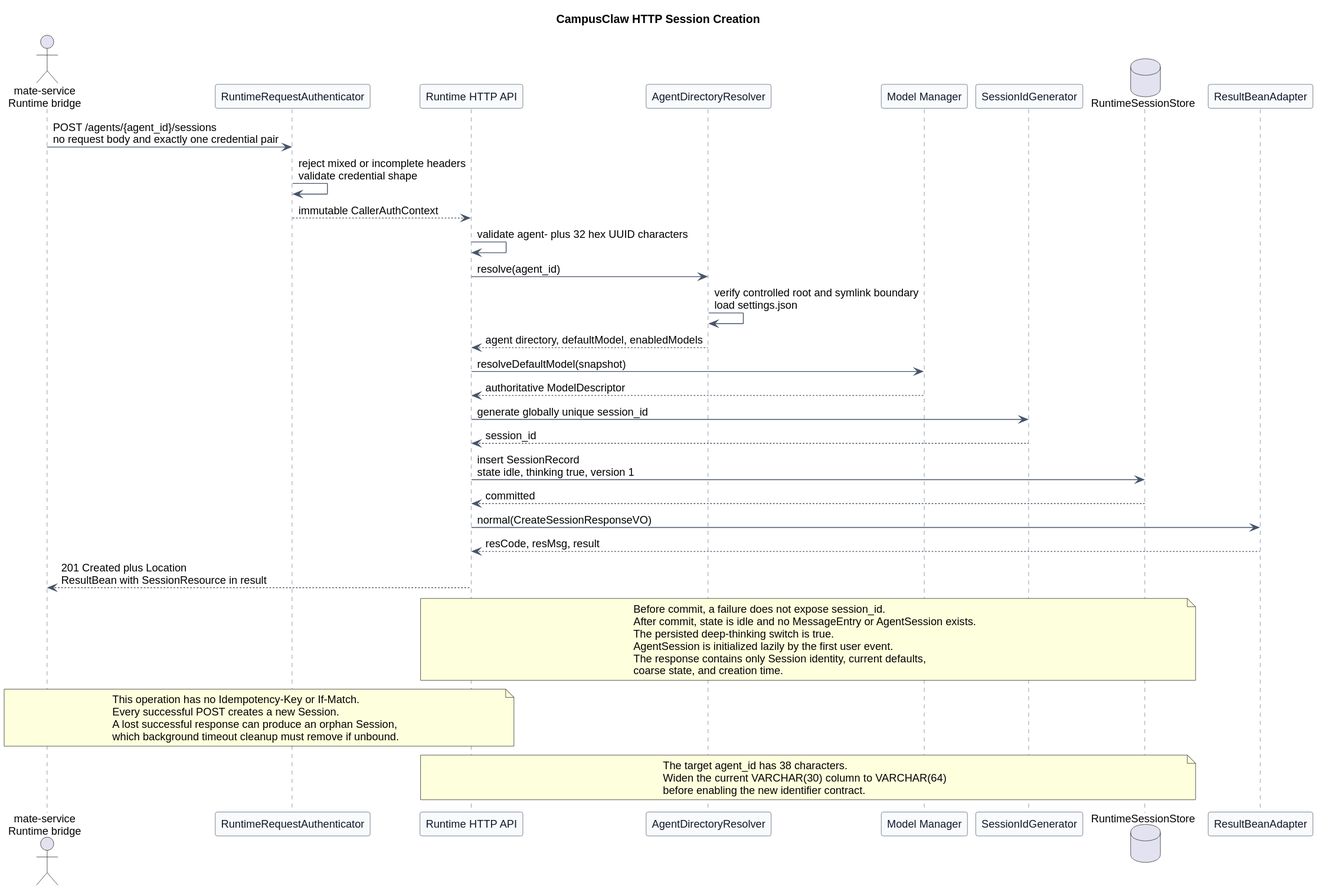
Earlier version of the PlantUML export pi-mono-java-manager-driven-multi-agent-runtime/diagrams/session-lifecycle/http_session_creation.svg (ssm0808/pi-mono-java-design). Source of this version:
```plantuml
@startuml
title CampusClaw HTTP Session Creation


skinparam backgroundColor #FFFFFF
skinparam shadowing false
skinparam defaultFontName Arial
skinparam defaultFontSize 13
skinparam participant {
  BackgroundColor #F8FAFC
  BorderColor #475569
  FontColor #0F172A
}
skinparam ArrowColor #475569
skinparam sequence {
  LifeLineBorderColor #64748B
  LifeLineBackgroundColor #F8FAFC
  GroupBorderColor #94A3B8
  GroupBackgroundColor #F8FAFC
}

actor "mate-service\nRuntime bridge" as Mate
participant "RuntimeRequestAuthenticator" as Auth
participant "Runtime HTTP API" as API
participant "AgentDirectoryResolver" as Resolver
participant "Model Manager" as Models
participant "SessionIdGenerator" as Ids
database "RuntimeSessionStore" as Store
participant "ResultBeanAdapter" as ResultAdapter

Mate -> Auth : POST /agents/{agent_id}/sessions\nno request body and exactly one credential pair
Auth -> Auth : reject mixed or incomplete headers\nvalidate credential shape
Auth --> API : immutable CallerAuthContext
API -> API : validate agent- plus 32 hex UUID characters
API -> Resolver : resolve(agent_id)
Resolver -> Resolver : verify controlled root and symlink boundary\nload settings.json
Resolver --> API : agent directory, defaultModel, enabledModels
API -> Models : resolveDefaultModel(snapshot)
Models --> API : authoritative ModelDescriptor
API -> Ids : generate globally unique session_id
Ids --> API : session_id
API -> Store : insert SessionRecord\nstate idle, thinking true, version 1
Store --> API : committed
API -> ResultAdapter : normal(CreateSessionResponseVO)
ResultAdapter --> API : resCode, resMsg, result
API --> Mate : 201 Created plus Location\nResultBean with SessionResource in result

note over API,Store
Before commit, a failure does not expose session_id.
After commit, state is idle and no MessageEntry or AgentSession exists.
The persisted deep-thinking switch is true.
AgentSession is initialized lazily by the first user event.
The response contains only Session identity, current defaults,
coarse state, and creation time.
end note

note over Mate,API
This operation has no Idempotency-Key or If-Match.
Every successful POST creates a new Session.
A lost successful response can produce an orphan Session,
which background timeout cleanup must remove if unbound.
end note

note over API,Store
The target agent_id has 38 characters.
Widen the current VARCHAR(30) column to VARCHAR(64)
before enabling the new identifier contract.
end note
@enduml
```
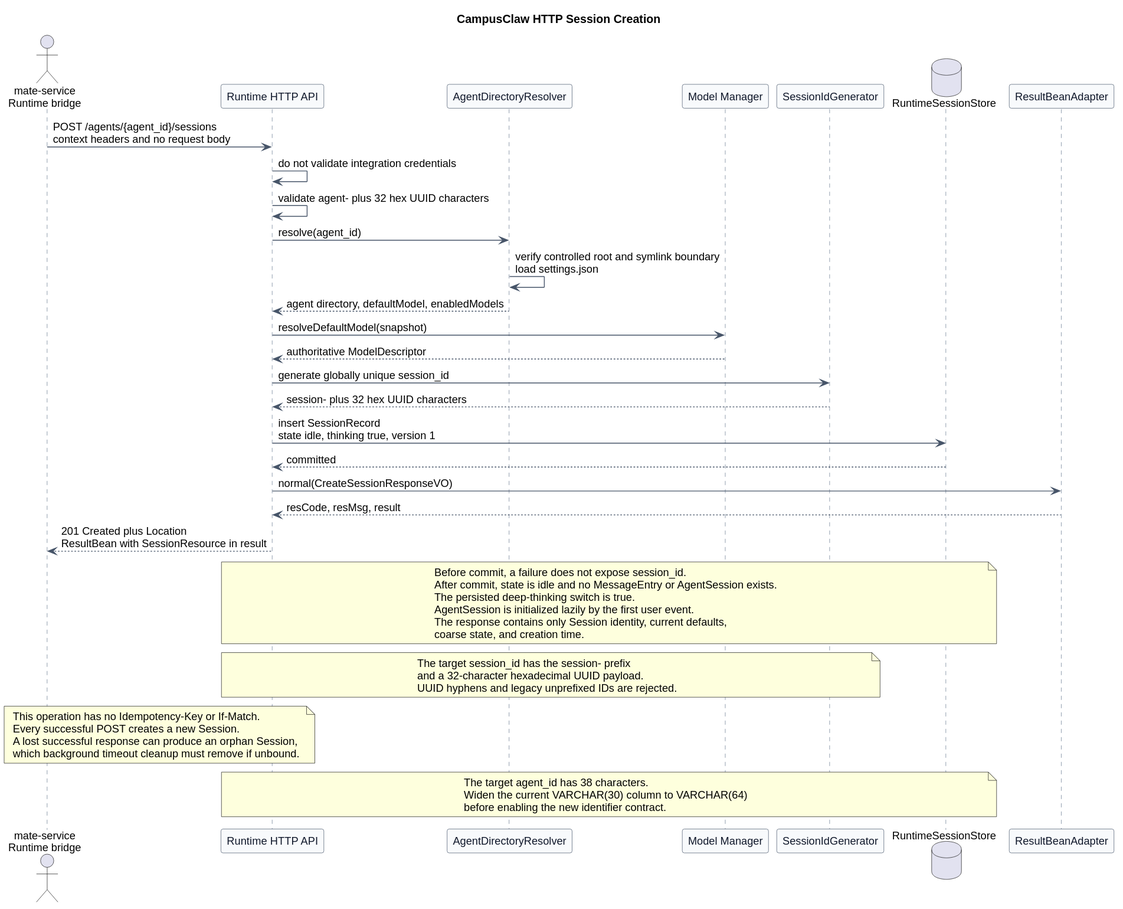
The same file after the commit.

What changed in the source:
```diff
@@ -20,7 +20,6 @@
 }
 
 actor "mate-service\nRuntime bridge" as Mate
-participant "RuntimeRequestAuthenticator" as Auth
 participant "Runtime HTTP API" as API
 participant "AgentDirectoryResolver" as Resolver
 participant "Model Manager" as Models
@@ -28,9 +27,8 @@
 database "RuntimeSessionStore" as Store
 participant "ResultBeanAdapter" as ResultAdapter
 
-Mate -> Auth : POST /agents/{agent_id}/sessions\nno request body and exactly one credential pair
-Auth -> Auth : reject mixed or incomplete headers\nvalidate credential shape
-Auth --> API : immutable CallerAuthContext
+Mate -> API : POST /agents/{agent_id}/sessions\ncontext headers and no request body
+API -> API : do not validate integration credentials
 API -> API : validate agent- plus 32 hex UUID characters
 API -> Resolver : resolve(agent_id)
 Resolver -> Resolver : verify controlled root and symlink boundary\nload settings.json
@@ -38,7 +36,7 @@
 API -> Models : resolveDefaultModel(snapshot)
 Models --> API : authoritative ModelDescriptor
 API -> Ids : generate globally unique session_id
-Ids --> API : session_id
+Ids --> API : session- plus 32 hex UUID characters
 API -> Store : insert SessionRecord\nstate idle, thinking true, version 1
 Store --> API : committed
 API -> ResultAdapter : normal(CreateSessionResponseVO)
@@ -54,6 +52,12 @@
 coarse state, and creation time.
 end note
 
+note over API,Ids
+The target session_id has the session- prefix
+and a 32-character hexadecimal UUID payload.
+UUID hyphens and legacy unprefixed IDs are rejected.
+end note
+
 note over Mate,API
 This operation has no Idempotency-Key or If-Match.
 Every successful POST creates a new Session.
```
